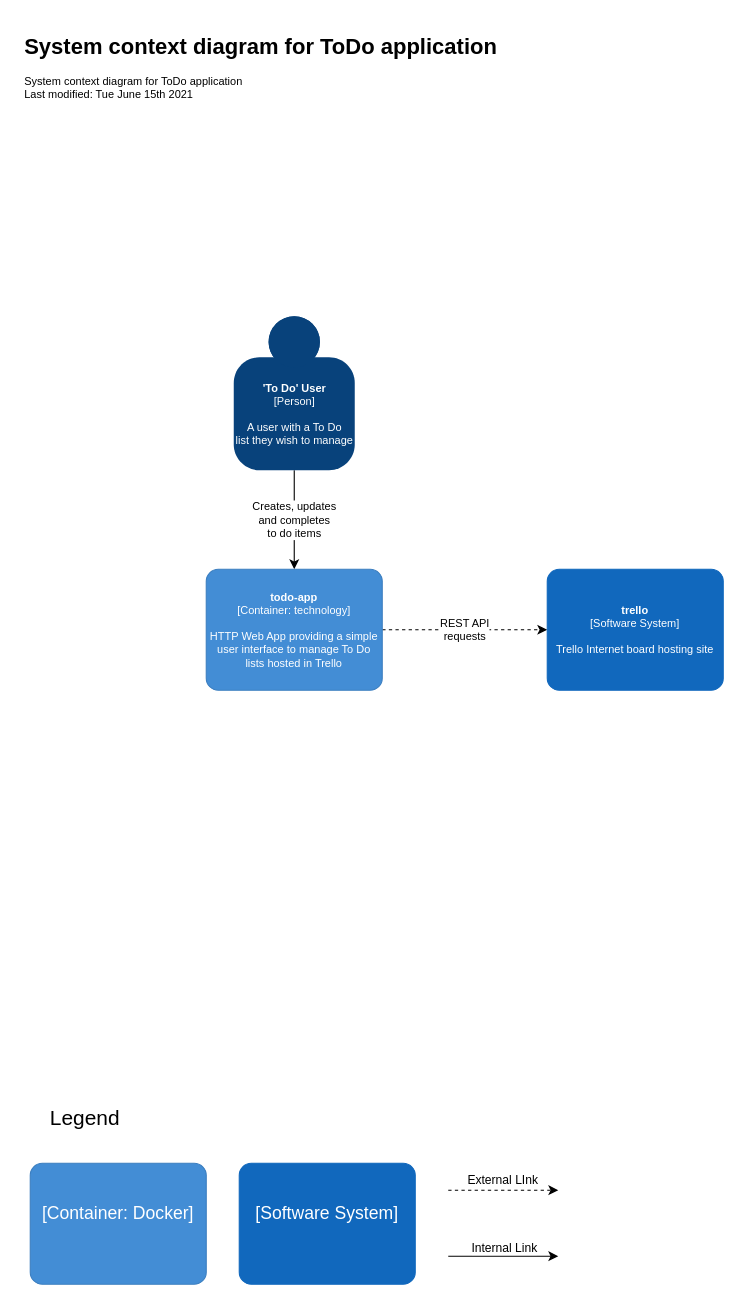
StephenSo/DevOps-Course-Starter keeps this draw.io diagram as documentation/context.drawio. Above is the earlier version. Source tidied: cells renumbered, new cells numbered last; positions are measured from the earlier drawing's top-left corner, leaving out a move shared by most shapes. Both pictures are drawn from the tidied source at 110%, with x=0, y=0 at pixel (19, 30).
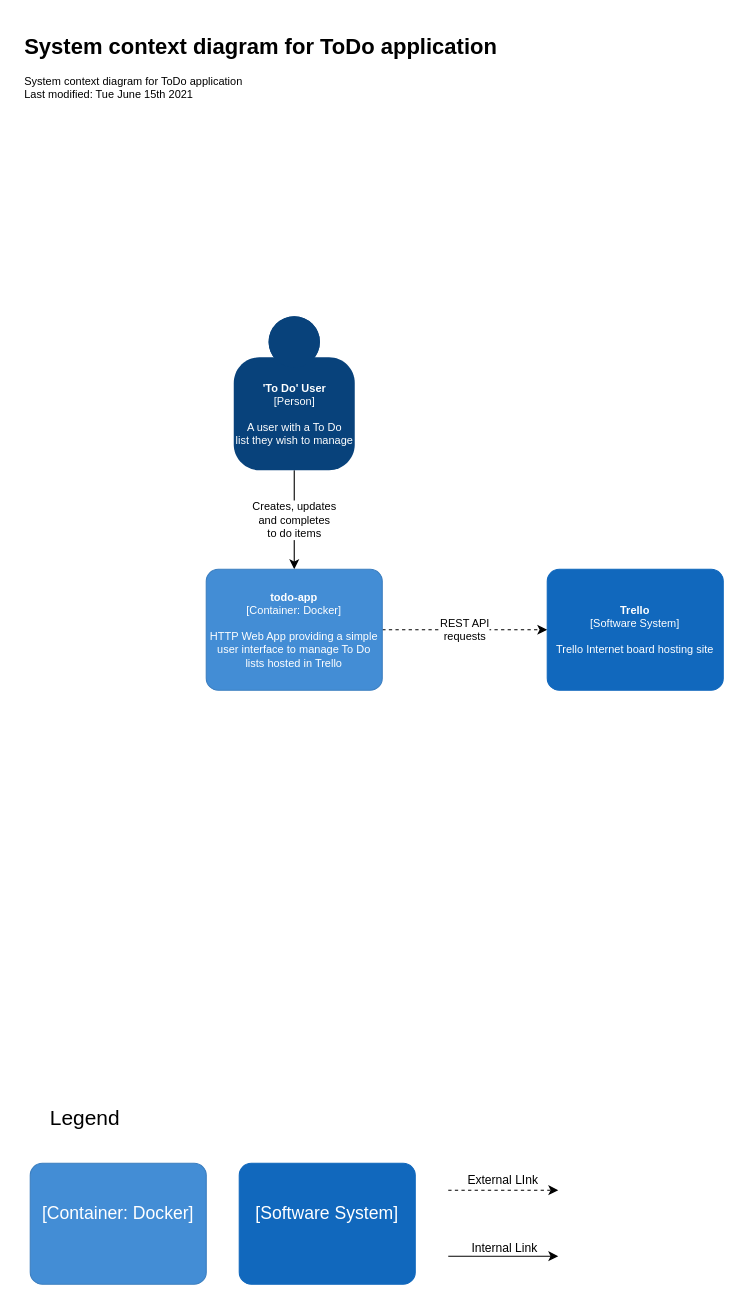
Above is the later version.

Diff of the diagram source:
```diff
@@
-    <object id="8" label="&lt;b&gt;%c4Name%&lt;/b&gt;&lt;div&gt;[%c4Type%]&lt;/div&gt;&lt;br&gt;&lt;div&gt;%c4Description%&lt;/div&gt;" c4Description="Trello Internet board hosting site" c4Name="trello" c4Type="Software System" placeholders="1">
+    <object id="8" label="&lt;b&gt;%c4Name%&lt;/b&gt;&lt;div&gt;[%c4Type%]&lt;/div&gt;&lt;br&gt;&lt;div&gt;%c4Description%&lt;/div&gt;" c4Description="Trello Internet board hosting site" c4Name="Trello" c4Type="Software System" placeholders="1">
       <mxCell style="rounded=1;whiteSpace=wrap;html=1;labelBackgroundColor=none;fillColor=#1168BD;fontColor=#ffffff;align=center;arcSize=10;strokeColor=#1168BD;metaData={&quot;c4Type&quot;:{&quot;editable&quot;:false}};points=[[0.25,0,0],[0.5,0,0],[0.75,0,0],[1,0.25,0],[1,0.5,0],[1,0.75,0],[0.75,1,0],[0.5,1,0],[0.25,1,0],[0,0.75,0],[0,0.5,0],[0,0.25,0]];fontSize=10;labelBorderColor=none;" parent="1" vertex="1">
         <mxGeometry x="480" y="490" width="160" height="110" as="geometry" />
       </mxCell>
     </object>
@@
-    <object id="13" label="&lt;b style=&quot;font-size: 10px;&quot;&gt;%c4Name%&lt;/b&gt;&lt;div style=&quot;font-size: 10px;&quot;&gt;[%c4Type%: %c4Technology%]&lt;/div&gt;&lt;br style=&quot;font-size: 10px;&quot;&gt;&lt;div style=&quot;font-size: 10px;&quot;&gt;%c4Description%&lt;/div&gt;" c4Description="HTTP Web App providing a simple user interface to manage To Do lists hosted in Trello" c4Name="todo-app" c4Technology="technology" c4Type="Container" placeholders="1">
+    <object id="13" label="&lt;b style=&quot;font-size: 10px;&quot;&gt;%c4Name%&lt;/b&gt;&lt;div style=&quot;font-size: 10px;&quot;&gt;[%c4Type%: %c4Technology%]&lt;/div&gt;&lt;br style=&quot;font-size: 10px;&quot;&gt;&lt;div style=&quot;font-size: 10px;&quot;&gt;%c4Description%&lt;/div&gt;" c4Description="HTTP Web App providing a simple user interface to manage To Do lists hosted in Trello" c4Name="todo-app" c4Technology="Docker" c4Type="Container" placeholders="1">
       <mxCell style="rounded=1;whiteSpace=wrap;html=1;labelBackgroundColor=none;fillColor=#438DD5;fontColor=#ffffff;align=center;arcSize=10;strokeColor=#3C7FC0;metaData={&quot;c4Type&quot;:{&quot;editable&quot;:false}};points=[[0.25,0,0],[0.5,0,0],[0.75,0,0],[1,0.25,0],[1,0.5,0],[1,0.75,0],[0.75,1,0],[0.5,1,0],[0.25,1,0],[0,0.75,0],[0,0.5,0],[0,0.25,0]];fontSize=10;" parent="1" vertex="1">
         <mxGeometry x="170" y="490" width="160" height="110" as="geometry" />
       </mxCell>
     </object>
```
